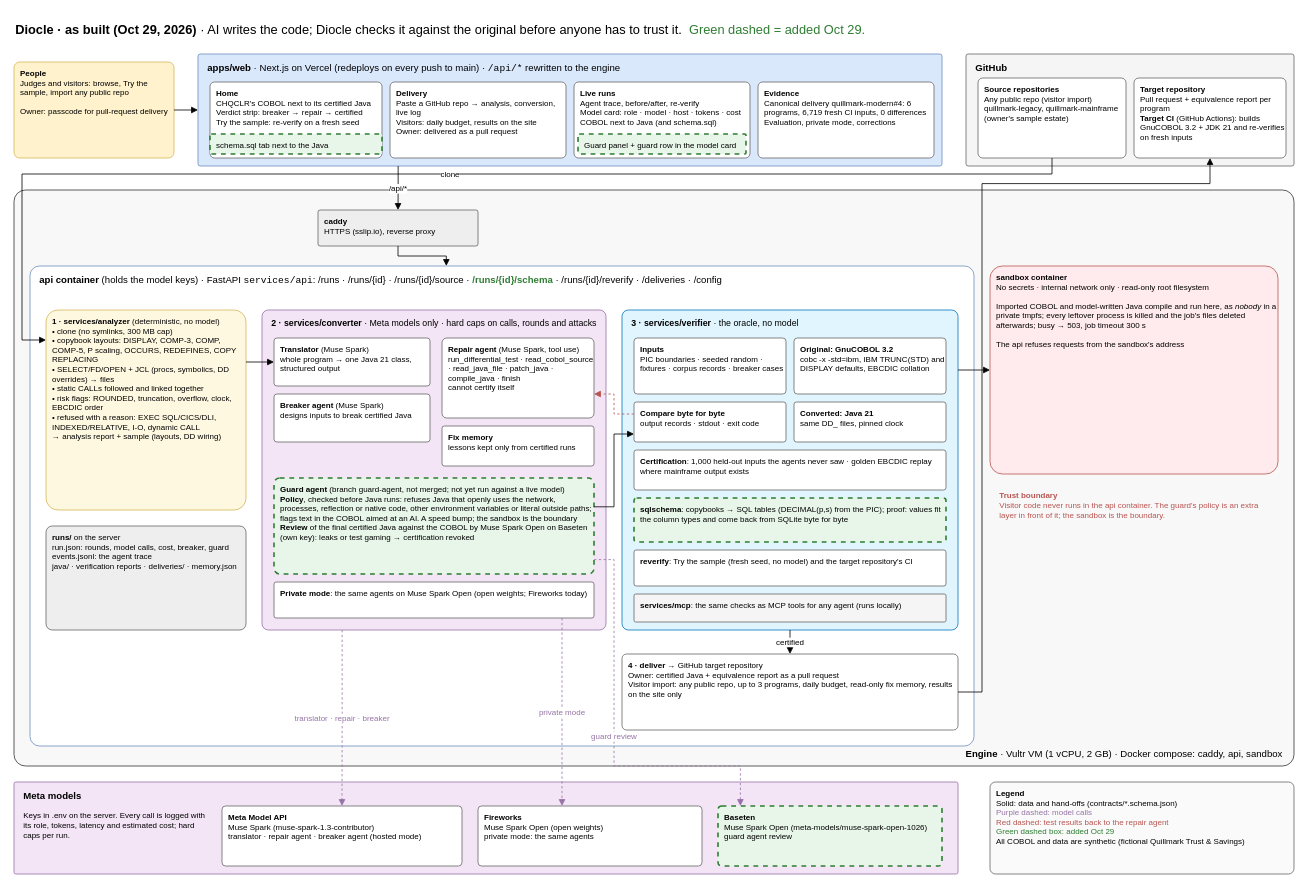
Nivetha200111/Diocle keeps this draw.io diagram as page "Architecture (as built, Oct 29)" (1 of 2) of docs/architecture.drawio. Above is the earlier version. Source tidied: cells renumbered, new cells numbered last; positions are measured from the earlier drawing's top-left corner, leaving out a move shared by most shapes. Both pictures are drawn from the tidied source at 80%, with x=0, y=0 at pixel (14, 14).
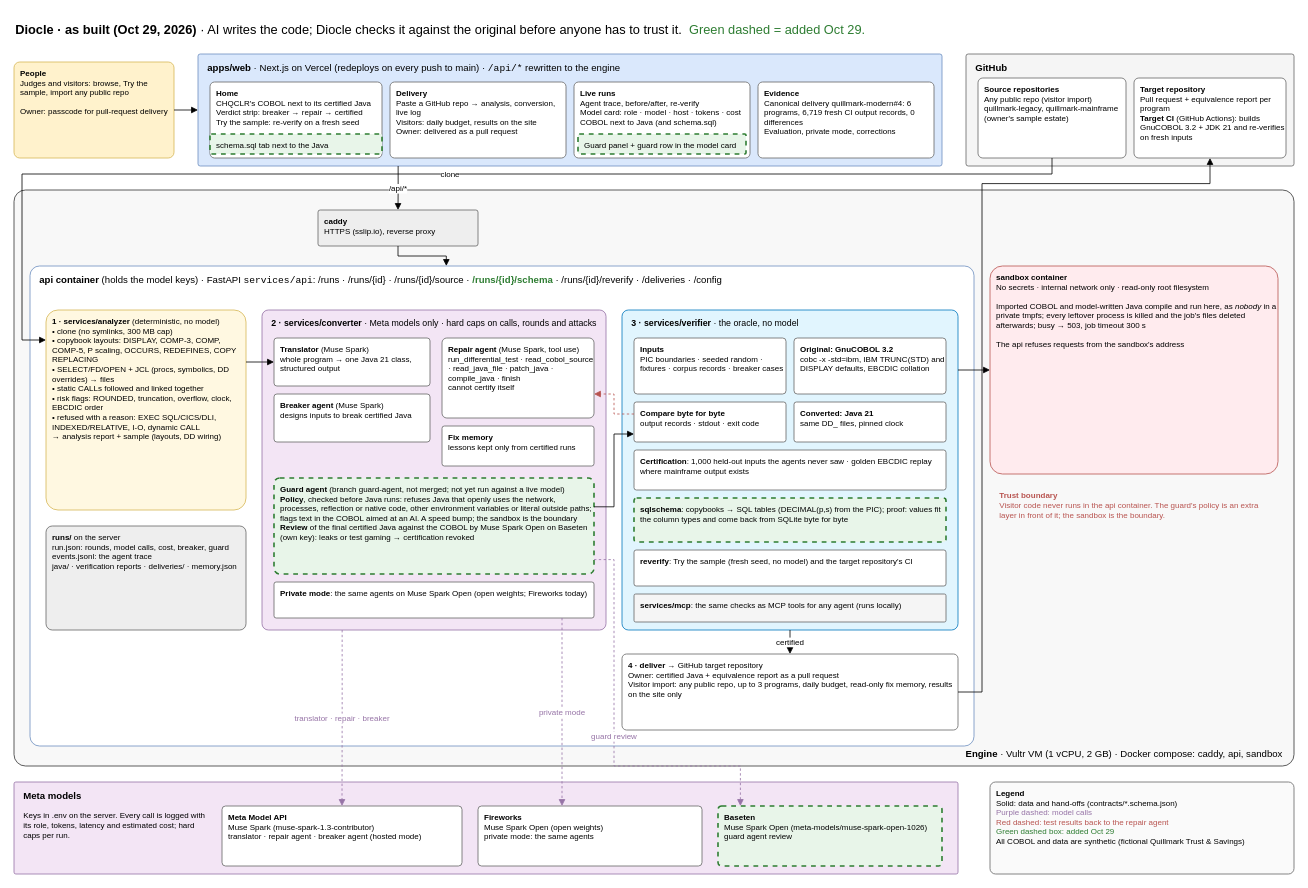
The same diagram, later.

Commit message (it also covers changes not shown here):
Web and docs: passcode field says it is owner only and points to Convert only; the CI's 6,719 are output records

Diff of the diagram source:
```diff
@@
-    <mxCell id="10" value="&lt;b&gt;Evidence&lt;/b&gt;&lt;br&gt;Canonical delivery quillmark-modern#4: 6 programs, 6,719 fresh CI inputs, 0 differences&lt;br&gt;Evaluation, private mode, corrections" style="rounded=1;whiteSpace=wrap;html=1;fillColor=#ffffff;strokeColor=#666666;fontSize=10;align=left;spacingLeft=6;spacingTop=2;verticalAlign=top;arcSize=6;" parent="1" vertex="1">
+    <mxCell id="10" value="&lt;b&gt;Evidence&lt;/b&gt;&lt;br&gt;Canonical delivery quillmark-modern#4: 6 programs, 6,719 fresh CI output records, 0 differences&lt;br&gt;Evaluation, private mode, corrections" style="rounded=1;whiteSpace=wrap;html=1;fillColor=#ffffff;strokeColor=#666666;fontSize=10;align=left;spacingLeft=6;spacingTop=2;verticalAlign=top;arcSize=6;" parent="1" vertex="1">
       <mxGeometry x="930" y="85" width="220" height="95" as="geometry" />
     </mxCell>
```
